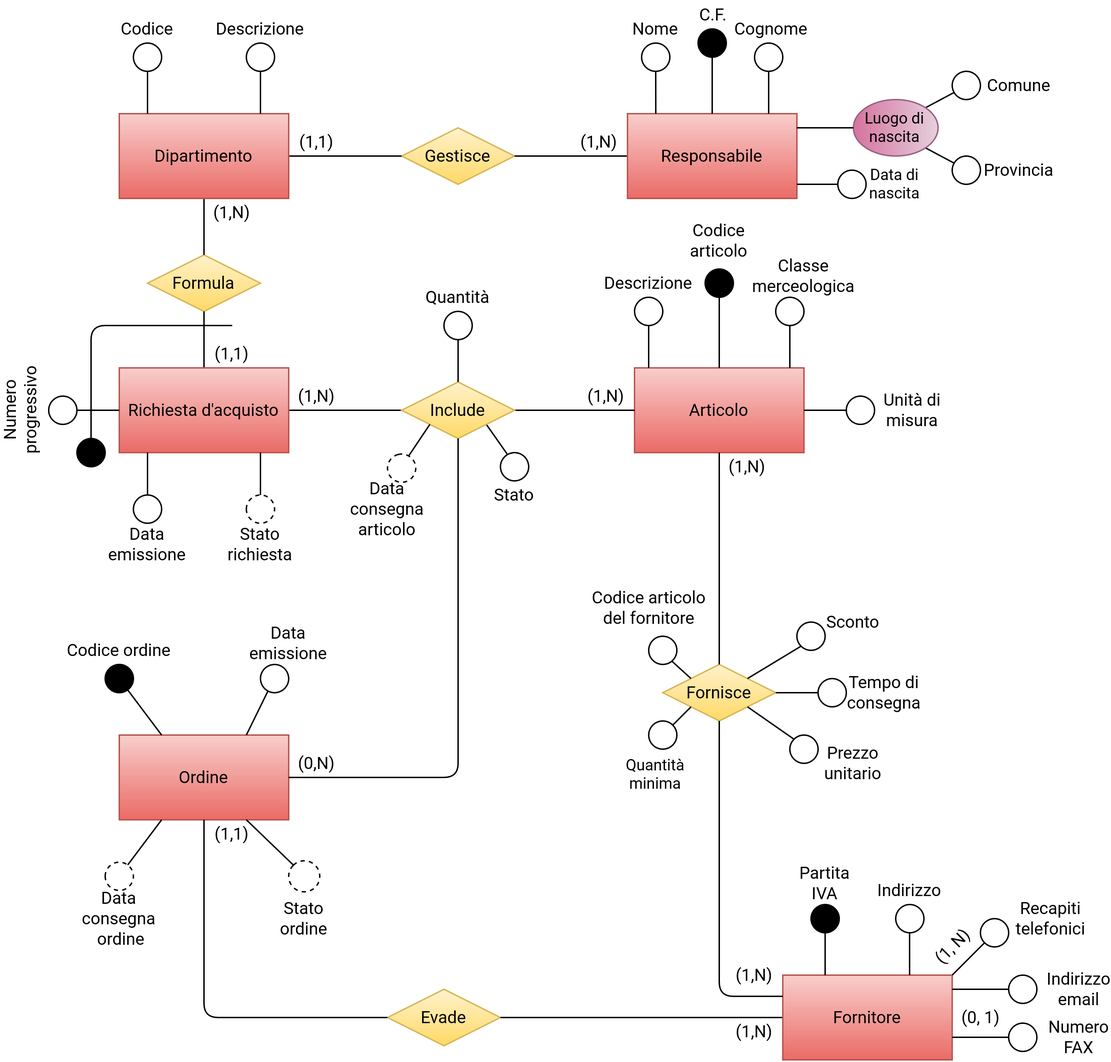
Earlier version of the draw.io export ER.png (FraBomba6/Progetto_BdD). Source tidied: cells renumbered, new cells last; positions are measured from the earlier drawing's top-left corner, leaving out a move shared by most shapes.
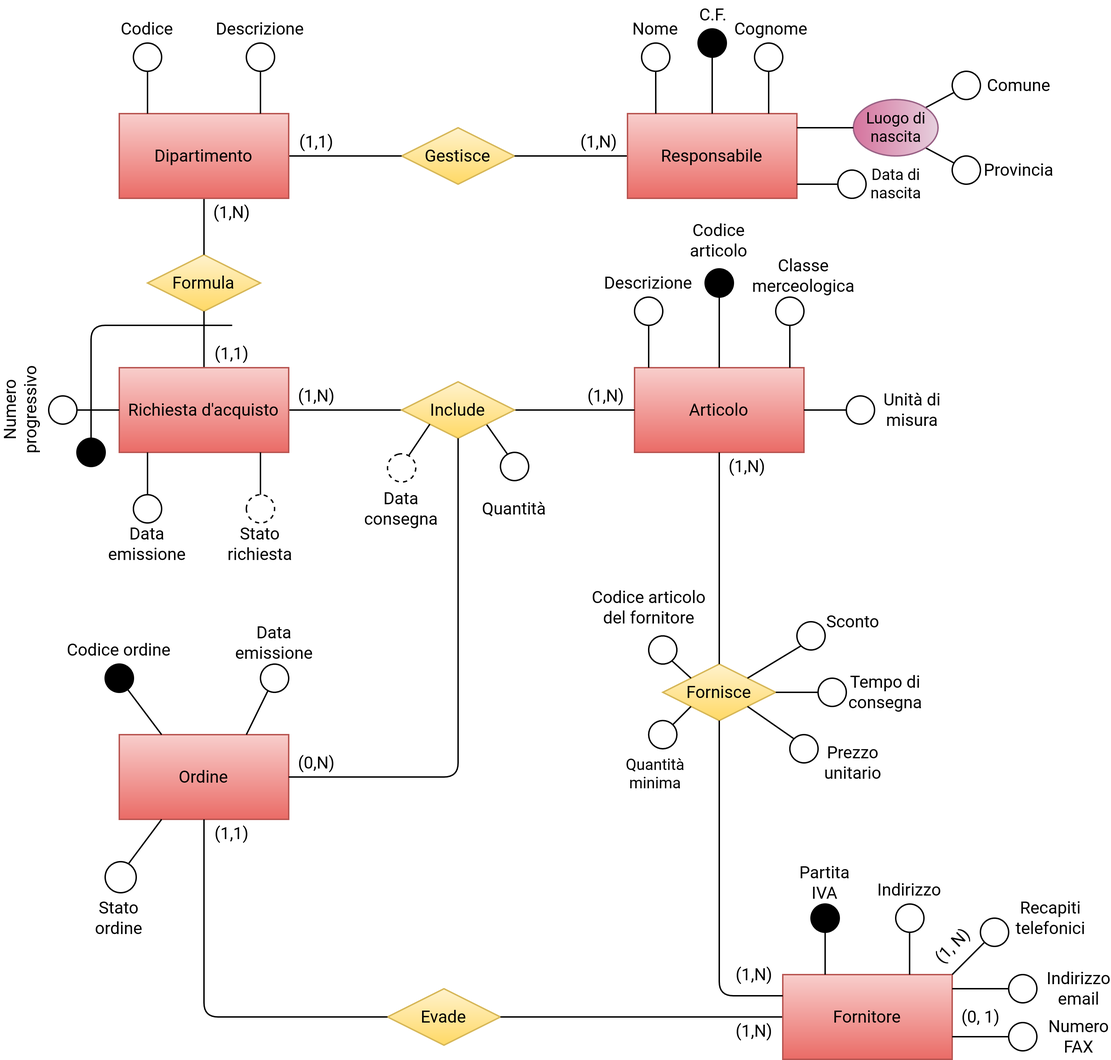
After the change.

Change to the diagram source:
```diff
@@ -21,7 +21,7 @@
       <mxGeometry x="140" y="5" width="40" height="80" as="geometry" />
     </mxCell>
     <mxCell id="8" value="&lt;div&gt;Data emissione&lt;/div&gt;" style="text;html=1;strokeColor=none;fillColor=none;align=center;verticalAlign=middle;whiteSpace=wrap;rounded=0;fontFamily=Roboto;fontSource=https%3A%2F%2Ffonts.googleapis.com%2Fcss%3Ffamily%3DRoboto;" parent="7" vertex="1">
-      <mxGeometry width="40" height="20" as="geometry" />
+      <mxGeometry x="-10" width="40" height="20" as="geometry" />
     </mxCell>
     <mxCell id="9" value="&lt;span style=&quot;color: rgba(0, 0, 0, 0); font-size: 0px;&quot;&gt;%3CmxGraphModel%3E%3Croot%3E%3CmxCell%20id%3D%220%22%2F%3E%3CmxCell%20id%3D%221%22%20parent%3D%220%22%2F%3E%3CmxCell%20id%3D%222%22%20value%3D%22%22%20style%3D%22group%3BfontFamily%3DRoboto%3BfontSource%3Dhttps%253A%252F%252Ffonts.googleapis.com%252Fcss%253Ffamily%253DRoboto%3B%22%20connectable%3D%220%22%20vertex%3D%221%22%20parent%3D%221%22%3E%3CmxGeometry%20x%3D%2250%22%20y%3D%22450%22%20width%3D%22130%22%20height%3D%22140%22%20as%3D%22geometry%22%2F%3E%3C%2FmxCell%3E%3CmxCell%20id%3D%223%22%20value%3D%22Ordine%22%20style%3D%22rounded%3D0%3BwhiteSpace%3Dwrap%3Bhtml%3D1%3BfontFamily%3DRoboto%3BfontSource%3Dhttps%253A%252F%252Ffonts.googleapis.com%252Fcss%253Ffamily%253DRoboto%3BfillColor%3D%23f8cecc%3BstrokeColor%3D%23b85450%3BgradientColor%3D%23ea6b66%3B%22%20vertex%3D%221%22%20parent%3D%222%22%3E%3CmxGeometry%20x%3D%2240%22%20y%3D%2280%22%20width%3D%22120%22%20height%3D%2260%22%20as%3D%22geometry%22%2F%3E%3C%2FmxCell%3E%3CmxCell%20id%3D%224%22%20value%3D%22%22%20style%3D%22group%3BfontFamily%3DRoboto%3BfontSource%3Dhttps%253A%252F%252Ffonts.googleapis.com%252Fcss%253Ffamily%253DRoboto%3B%22%20connectable%3D%220%22%20vertex%3D%221%22%20parent%3D%222%22%3E%3CmxGeometry%20x%3D%2290%22%20width%3D%2240%22%20height%3D%2280%22%20as%3D%22geometry%22%2F%3E%3C%2FmxCell%3E%3CmxCell%20id%3D%225%22%20value%3D%22%22%20style%3D%22ellipse%3BwhiteSpace%3Dwrap%3Bhtml%3D1%3Baspect%3Dfixed%3BfontFamily%3DRoboto%3BfontSource%3Dhttps%253A%252F%252Ffonts.googleapis.com%252Fcss%253Ffamily%253DRoboto%3B%22%20vertex%3D%221%22%20parent%3D%224%22%3E%3CmxGeometry%20x%3D%2230%22%20y%3D%2230%22%20width%3D%2220%22%20height%3D%2220%22%20as%3D%22geometry%22%2F%3E%3C%2FmxCell%3E%3CmxCell%20id%3D%226%22%20value%3D%22%26lt%3Bdiv%26gt%3BData%20emissione%26lt%3B%2Fdiv%26gt%3B%22%20style%3D%22text%3Bhtml%3D1%3BstrokeColor%3Dnone%3BfillColor%3Dnone%3Balign%3Dcenter%3BverticalAlign%3Dmiddle%3BwhiteSpace%3Dwrap%3Brounded%3D0%3BfontFamily%3DRoboto%3BfontSource%3Dhttps%253A%252F%252Ffonts.googleapis.com%252Fcss%253Ffamily%253DRoboto%3B%22%20vertex%3D%221%22%20parent%3D%224%22%3E%3CmxGeometry%20width%3D%2240%22%20height%3D%2220%22%20as%3D%22geometry%22%2F%3E%3C%2FmxCell%3E%3CmxCell%20id%3D%227%22%20value%3D%22%22%20style%3D%22group%3BfontFamily%3DRoboto%3BfontSource%3Dhttps%253A%252F%252Ffonts.googleapis.com%252Fcss%253Ffamily%253DRoboto%3B%22%20connectable%3D%220%22%20vertex%3D%221%22%20parent%3D%222%22%3E%3CmxGeometry%20x%3D%2210%22%20y%3D%2210%22%20width%3D%2260%22%20height%3D%2270%22%20as%3D%22geometry%22%2F%3E%3C%2FmxCell%3E%3CmxCell%20id%3D%228%22%20value%3D%22%22%20style%3D%22ellipse%3BfontFamily%3DRoboto%3BfontSource%3Dhttps%253A%252F%252Ffonts.googleapis.com%252Fcss%253Ffamily%253DRoboto%3BfillColor%3D%23000000%3B%22%20vertex%3D%221%22%20parent%3D%227%22%3E%3CmxGeometry%20x%3D%2210%22%20y%3D%2220%22%20width%3D%2220%22%20height%3D%2220%22%20as%3D%22geometry%22%2F%3E%3C%2FmxCell%3E%3CmxCell%20id%3D%229%22%20value%3D%22Codice%20ordine%22%20style%3D%22text%3Bhtml%3D1%3BstrokeColor%3Dnone%3BfillColor%3Dnone%3Balign%3Dcenter%3BverticalAlign%3Dmiddle%3BwhiteSpace%3Dwrap%3Brounded%3D0%3BfontFamily%3DRoboto%3BfontSource%3Dhttps%253A%252F%252Ffonts.googleapis.com%252Fcss%253Ffamily%253DRoboto%3B%22%20vertex%3D%221%22%20parent%3D%227%22%3E%3CmxGeometry%20x%3D%22-20%22%20y%3D%22-10%22%20width%3D%2280%22%20height%3D%2220%22%20as%3D%22geometry%22%2F%3E%3C%2FmxCell%3E%3CmxCell%20id%3D%2210%22%20value%3D%22%22%20style%3D%22endArrow%3Dnone%3Bhtml%3D1%3BfontFamily%3DRoboto%3BfontSource%3Dhttps%253A%252F%252Ffonts.googleapis.com%252Fcss%253Ffamily%253DRoboto%3BexitX%3D0.25%3BexitY%3D0%3BexitDx%3D0%3BexitDy%3D0%3B%22%20edge%3D%221%22%20parent%3D%222%22%20source%3D%223%22%20target%3D%228%22%3E%3CmxGeometry%20width%3D%2250%22%20height%3D%2250%22%20relative%3D%221%22%20as%3D%22geometry%22%3E%3CmxPoint%20x%3D%2240%22%20y%3D%2280%22%20as%3D%22sourcePoint%22%2F%3E%3CmxPoint%20x%3D%2240%22%20y%3D%2250%22%20as%3D%22targetPoint%22%2F%3E%3C%2FmxGeometry%3E%3C%2FmxCell%3E%3CmxCell%20id%3D%2211%22%20value%3D%22%22%20style%3D%22endArrow%3Dnone%3Bhtml%3D1%3BfontFamily%3DRoboto%3BfontSource%3Dhttps%253A%252F%252Ffonts.googleapis.com%252Fcss%253Ffamily%253DRoboto%3BexitX%3D0.75%3BexitY%3D0%3BexitDx%3D0%3BexitDy%3D0%3BentryX%3D0.5%3BentryY%3D1%3BentryDx%3D0%3BentryDy%3D0%3B%22%20edge%3D%221%22%20parent%3D%222%22%20source%3D%223%22%20target%3D%225%22%3E%3CmxGeometry%20x%3D%22100%22%20y%3D%2210%22%20width%3D%2250%22%20height%3D%2250%22%20as%3D%22geometry%22%3E%3CmxPoint%20x%3D%22120%22%20y%3D%2280%22%20as%3D%22sourcePoint%22%2F%3E%3CmxPoint%20x%3D%22123%22%20y%3D%2246%22%20as%3D%22targetPoint%22%2F%3E%3CArray%20as%3D%22points%22%2F%3E%3C%2FmxGeometry%3E%3C%2FmxCell%3E%3C%2Froot%3E%3C%2FmxGraphModel%3E&lt;/span&gt;" style="ellipse;whiteSpace=wrap;html=1;fontFamily=Roboto;fontSource=https%3A%2F%2Ffonts.googleapis.com%2Fcss%3Ffamily%3DRoboto;rotation=118;" parent="7" vertex="1">
       <mxGeometry y="25" width="20" height="20" as="geometry" />
@@ -201,22 +201,8 @@
     <mxCell id="64" style="ellipse;fontFamily=Roboto;fontSource=https%3A%2F%2Ffonts.googleapis.com%2Fcss%3Ffamily%3DRoboto;fillColor=#000000;" parent="1" vertex="1">
       <mxGeometry x="60" y="310" width="20" height="20" as="geometry" />
     </mxCell>
-    <mxCell id="65" style="group;fontFamily=Roboto;fontSource=https%3A%2F%2Ffonts.googleapis.com%2Fcss%3Ffamily%3DRoboto;" parent="1" vertex="1">
-      <mxGeometry x="300" y="200" width="40" height="70" as="geometry" />
-    </mxCell>
-    <mxCell id="66" style="ellipse;whiteSpace=wrap;html=1;fontFamily=Roboto;fontSource=https%3A%2F%2Ffonts.googleapis.com%2Fcss%3Ffamily%3DRoboto;" parent="65" vertex="1">
-      <mxGeometry x="20" y="20" width="20" height="20" as="geometry" />
-    </mxCell>
-    <mxCell id="67" style="endArrow=none;html=1;entryX=0.5;entryY=1;entryDx=0;entryDy=0;fontFamily=Roboto;fontSource=https%3A%2F%2Ffonts.googleapis.com%2Fcss%3Ffamily%3DRoboto;" parent="65" edge="1" target="66">
-      <mxGeometry relative="1" as="geometry">
-        <mxPoint x="30" y="70" as="sourcePoint" />
-      </mxGeometry>
-    </mxCell>
-    <mxCell id="68" value="Quantità" style="text;html=1;strokeColor=none;fillColor=none;align=center;verticalAlign=middle;whiteSpace=wrap;rounded=0;fontFamily=Roboto;fontSource=https%3A%2F%2Ffonts.googleapis.com%2Fcss%3Ffamily%3DRoboto;" parent="65" vertex="1">
-      <mxGeometry x="10" width="40" height="20" as="geometry" />
-    </mxCell>
-    <mxCell id="69" value="&lt;div&gt;Data&lt;/div&gt;&lt;div&gt;consegna articolo&lt;br&gt;&lt;/div&gt;" style="text;html=1;strokeColor=none;fillColor=none;align=center;verticalAlign=middle;whiteSpace=wrap;rounded=0;fontFamily=Roboto;fontSource=https%3A%2F%2Ffonts.googleapis.com%2Fcss%3Ffamily%3DRoboto;rotation=0;" parent="1" vertex="1">
-      <mxGeometry x="260" y="350" width="40" height="20" as="geometry" />
+    <mxCell id="69" value="&lt;div&gt;Data&lt;/div&gt;&lt;div&gt;consegna&lt;br&gt;&lt;/div&gt;" style="text;html=1;strokeColor=none;fillColor=none;align=center;verticalAlign=middle;whiteSpace=wrap;rounded=0;fontFamily=Roboto;fontSource=https%3A%2F%2Ffonts.googleapis.com%2Fcss%3Ffamily%3DRoboto;rotation=0;" parent="1" vertex="1">
+      <mxGeometry x="270" y="350" width="40" height="20" as="geometry" />
     </mxCell>
     <mxCell id="70" style="group;fontFamily=Roboto;fontSource=https%3A%2F%2Ffonts.googleapis.com%2Fcss%3Ffamily%3DRoboto;rotation=90;" parent="1" vertex="1">
       <mxGeometry x="595" y="270" width="40" height="80" as="geometry" />
@@ -304,15 +290,6 @@
     <mxCell id="97" value="Tempo di consegna" style="text;html=1;strokeColor=none;fillColor=none;align=center;verticalAlign=middle;whiteSpace=wrap;rounded=0;fontFamily=Roboto;fontSource=https%3A%2F%2Ffonts.googleapis.com%2Fcss%3Ffamily%3DRoboto;rotation=0;" parent="1" vertex="1">
       <mxGeometry x="612.5" y="480" width="40" height="20" as="geometry" />
     </mxCell>
-    <mxCell id="98" style="ellipse;whiteSpace=wrap;html=1;fontFamily=Roboto;fontSource=https%3A%2F%2Ffonts.googleapis.com%2Fcss%3Ffamily%3DRoboto;rotation=-180;dashed=1;" parent="1" vertex="1">
-      <mxGeometry x="80" y="610" width="20" height="20" as="geometry" />
-    </mxCell>
-    <mxCell id="99" style="endArrow=none;html=1;fontFamily=Roboto;fontSource=https%3A%2F%2Ffonts.googleapis.com%2Fcss%3Ffamily%3DRoboto;exitX=0.25;exitY=1;exitDx=0;exitDy=0;" parent="1" edge="1" source="6" target="98">
-      <mxGeometry relative="1" as="geometry" />
-    </mxCell>
-    <mxCell id="100" value="&lt;div&gt;Data&lt;/div&gt;&lt;div&gt;consegna&lt;/div&gt;&amp;nbsp;ordine" style="text;html=1;strokeColor=none;fillColor=none;align=center;verticalAlign=middle;whiteSpace=wrap;rounded=0;fontFamily=Roboto;fontSource=https%3A%2F%2Ffonts.googleapis.com%2Fcss%3Ffamily%3DRoboto;rotation=0;" parent="1" vertex="1">
-      <mxGeometry x="70" y="640" width="40" height="20" as="geometry" />
-    </mxCell>
     <mxCell id="101" style="ellipse;whiteSpace=wrap;html=1;rotation=105;fontFamily=Roboto;fontSource=https%3A%2F%2Ffonts.googleapis.com%2Fcss%3Ffamily%3DRoboto;" parent="1" vertex="1">
       <mxGeometry x="680" y="50" width="20" height="20" as="geometry" />
     </mxCell>
@@ -442,14 +419,11 @@
     <mxCell id="137" style="ellipse;whiteSpace=wrap;html=1;fontFamily=Roboto;fontSource=https%3A%2F%2Ffonts.googleapis.com%2Fcss%3Ffamily%3DRoboto;rotation=-165;" parent="1" vertex="1">
       <mxGeometry x="360" y="320" width="20" height="20" as="geometry" />
     </mxCell>
-    <mxCell id="138" value="Stato" style="text;html=1;strokeColor=none;fillColor=none;align=center;verticalAlign=middle;whiteSpace=wrap;rounded=0;fontFamily=Roboto;fontSource=https%3A%2F%2Ffonts.googleapis.com%2Fcss%3Ffamily%3DRoboto;rotation=0;" parent="1" vertex="1">
-      <mxGeometry x="350" y="340" width="40" height="20" as="geometry" />
-    </mxCell>
-    <mxCell id="139" style="endArrow=none;html=1;entryX=0.928;entryY=0.51;entryDx=0;entryDy=0;fontFamily=Roboto;fontSource=https%3A%2F%2Ffonts.googleapis.com%2Fcss%3Ffamily%3DRoboto;entryPerimeter=0;exitX=0.75;exitY=1;exitDx=0;exitDy=0;" parent="1" edge="1" source="6" target="153">
+    <mxCell id="139" style="endArrow=none;html=1;entryX=0.5;entryY=1;entryDx=0;entryDy=0;fontFamily=Roboto;fontSource=https%3A%2F%2Ffonts.googleapis.com%2Fcss%3Ffamily%3DRoboto;exitX=0.25;exitY=1;exitDx=0;exitDy=0;" parent="1" edge="1" source="6" target="153">
       <mxGeometry relative="1" as="geometry" />
     </mxCell>
     <mxCell id="140" value="&lt;div&gt;Stato&lt;/div&gt;&lt;div&gt;ordine&lt;br&gt;&lt;/div&gt;" style="text;html=1;strokeColor=none;fillColor=none;align=center;verticalAlign=middle;whiteSpace=wrap;rounded=0;fontFamily=Roboto;fontSource=https%3A%2F%2Ffonts.googleapis.com%2Fcss%3Ffamily%3DRoboto;rotation=0;" parent="1" vertex="1">
-      <mxGeometry x="201" y="640" width="40" height="20" as="geometry" />
+      <mxGeometry x="70" y="640" width="40" height="20" as="geometry" />
     </mxCell>
     <mxCell id="141" style="endArrow=none;html=1;exitX=0.5;exitY=0;exitDx=0;exitDy=0;fontFamily=Roboto;fontSource=https%3A%2F%2Ffonts.googleapis.com%2Fcss%3Ffamily%3DRoboto;" parent="1" edge="1" source="56">
       <mxGeometry relative="1" as="geometry">
@@ -507,8 +481,11 @@
     <mxCell id="152" value="Codice articolo&lt;br&gt;del fornitore" style="text;html=1;align=center;verticalAlign=middle;strokeColor=none;fontFamily=Roboto;fontSource=https%3A%2F%2Ffonts.googleapis.com%2Fcss%3Ffamily%3DRoboto;" parent="1" vertex="1">
       <mxGeometry x="415" y="415" width="100" height="30" as="geometry" />
     </mxCell>
-    <mxCell id="153" style="ellipse;whiteSpace=wrap;html=1;fontFamily=Roboto;fontSource=https%3A%2F%2Ffonts.googleapis.com%2Fcss%3Ffamily%3DRoboto;rotation=-135;dashed=1;" parent="1" vertex="1">
-      <mxGeometry x="210" y="609" width="22" height="22" as="geometry" />
+    <mxCell id="153" style="ellipse;whiteSpace=wrap;html=1;fontFamily=Roboto;fontSource=https%3A%2F%2Ffonts.googleapis.com%2Fcss%3Ffamily%3DRoboto;rotation=-150;" parent="1" vertex="1">
+      <mxGeometry x="80" y="610" width="22" height="22" as="geometry" />
     </mxCell>
+    <mxCell id="68" value="Quantità" style="text;html=1;strokeColor=none;fillColor=none;align=center;verticalAlign=middle;whiteSpace=wrap;rounded=0;fontFamily=Roboto;fontSource=https%3A%2F%2Ffonts.googleapis.com%2Fcss%3Ffamily%3DRoboto;" parent="1" vertex="1">
+      <mxGeometry x="350" y="350" width="40" height="20" as="geometry" />
+    </mxCell>
   </root>
 </mxGraphModel>
```
